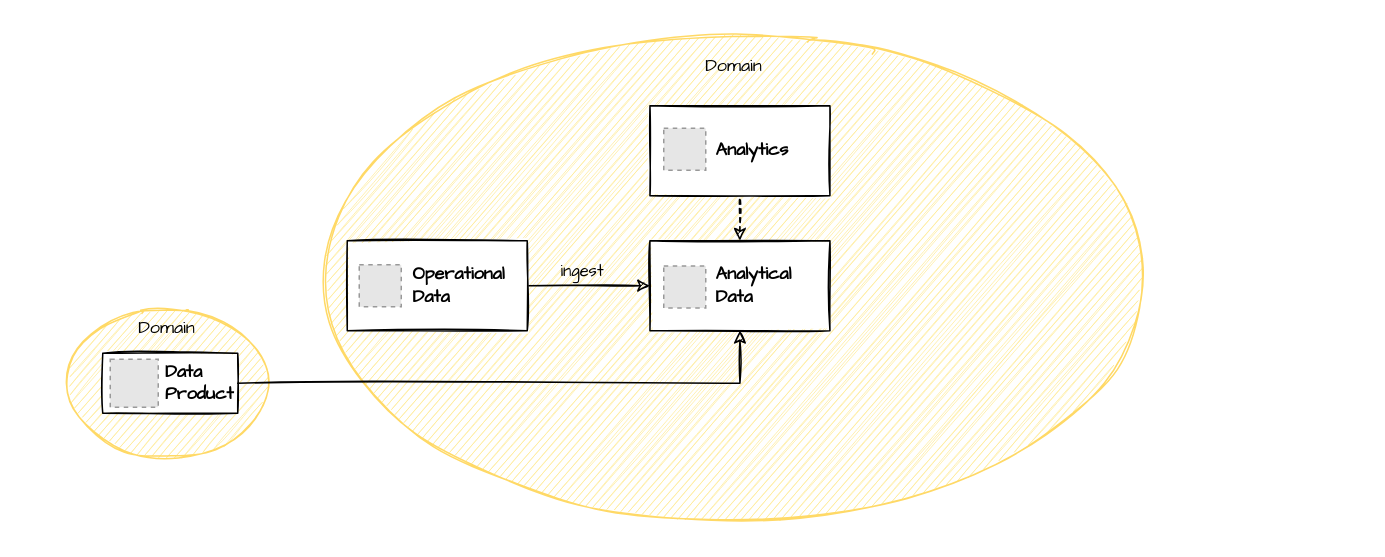
Before: diagrams/domainteamjourney_level3.drawio in datamesh-architecture/datamesh-architecture.com, a draw.io diagram. Source tidied: cells renumbered, new cells numbered last; positions are measured from the earlier drawing's top-left corner, leaving out a move shared by most shapes. Both pictures are drawn from the tidied source at 150%, with x=0, y=0 at pixel (26, 26). Pictures stored in the file or linked from it are replaced by grey dashed boxes.
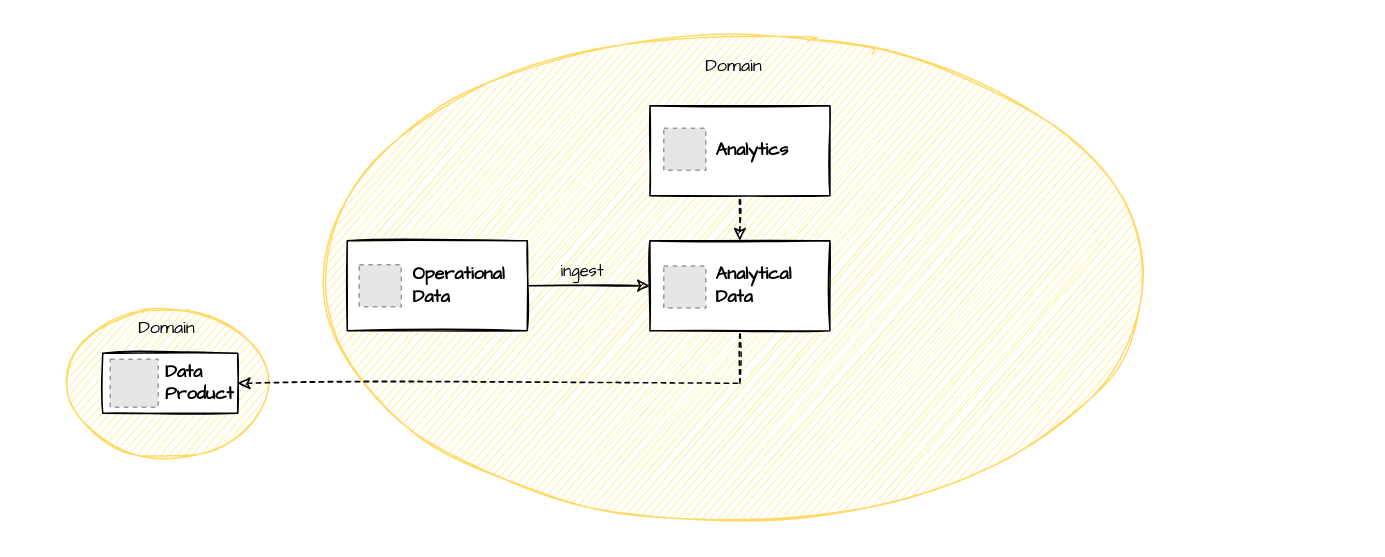
The same diagram, later.

Unchanged cells that the change refers to:
```xml
<mxCell id="11" value="Analytical &lt;br&gt;Data" style="rounded=0;whiteSpace=wrap;html=1;fontStyle=1;sketch=1;fontFamily=Architects Daughter;align=left;spacingLeft=42;" parent="10" vertex="1">
  <mxGeometry width="120" height="60" as="geometry" />
</mxCell>
<mxCell id="18" value="Data Product" style="rounded=0;whiteSpace=wrap;html=1;fontStyle=1;sketch=1;fontFamily=Architects Daughter;spacingLeft=40;align=left;" parent="17" vertex="1">
  <mxGeometry width="90" height="40" as="geometry" />
</mxCell>
```

Change to the diagram source:
```diff
@@
-    <mxCell id="20" style="edgeStyle=orthogonalEdgeStyle;rounded=0;sketch=1;jettySize=auto;html=1;entryX=0.5;entryY=1;entryDx=0;entryDy=0;" parent="1" edge="1" source="18" target="11">
+    <mxCell id="20" style="edgeStyle=orthogonalEdgeStyle;rounded=0;sketch=1;jettySize=auto;html=1;entryX=0.5;entryY=1;entryDx=0;entryDy=0;startArrow=classic;startFill=1;endArrow=none;endFill=0;dashed=1;" parent="1" edge="1" source="18" target="11">
       <mxGeometry relative="1" as="geometry" />
     </mxCell>
```
